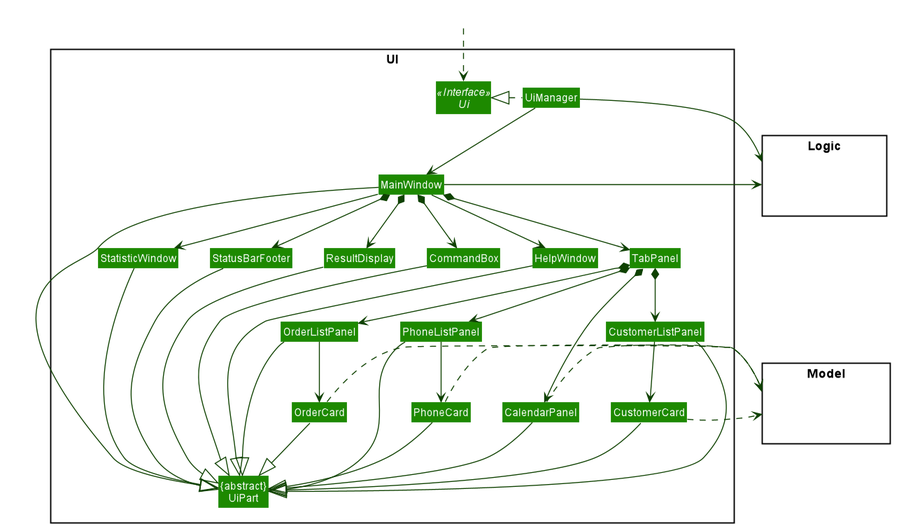
Earlier version of the PlantUML export docs/images/UiClassDiagram.png (nus-cs2103-AY1920S1/addressbook-level3).
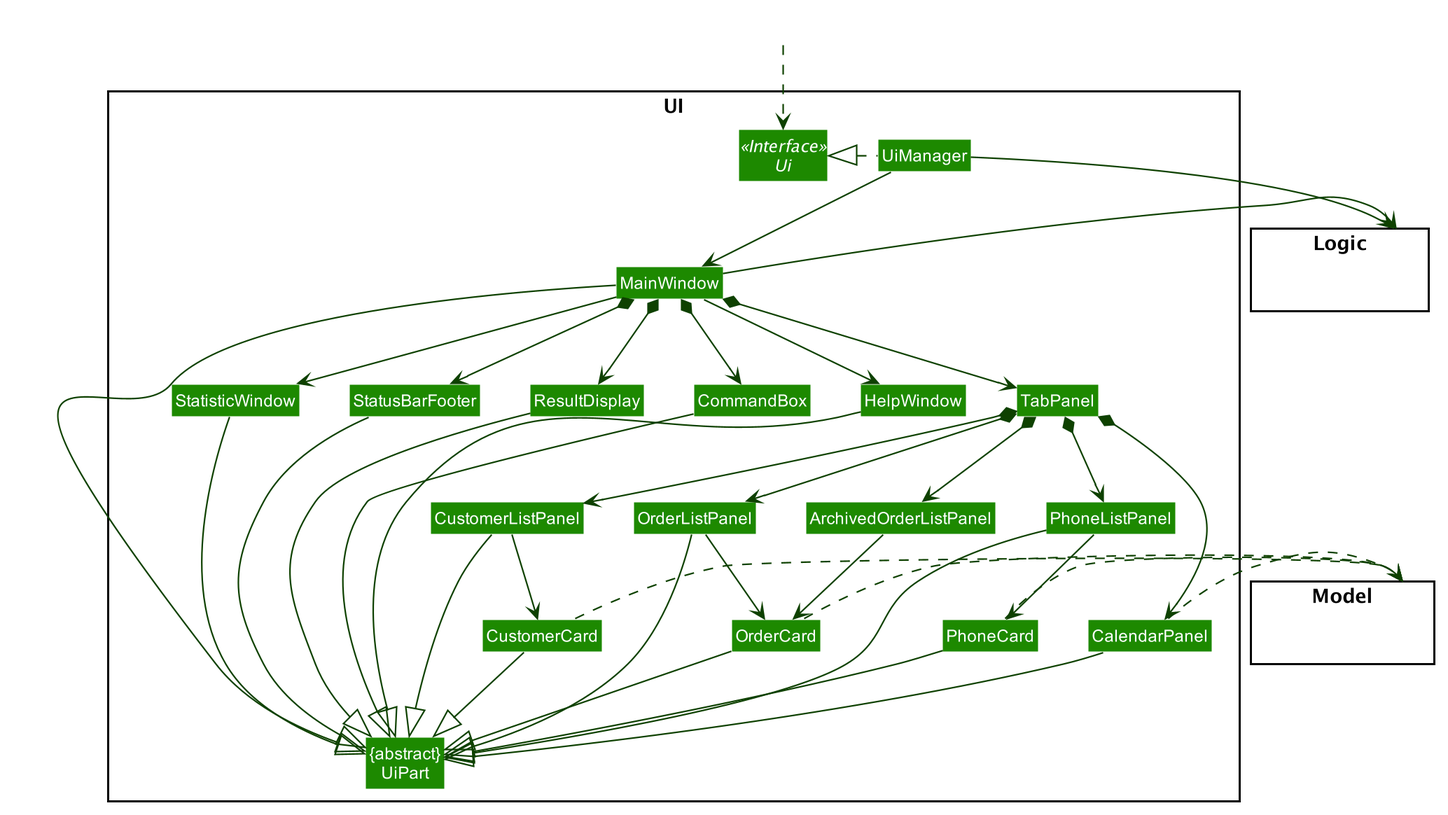
The same file after the commit.

Diff of the diagram source:
```diff
@@ -62,8 +62,10 @@
 Class CustomerListPanel
 Class OrderCard
 Class OrderListPanel
+Class ArchivedOrderListPanel
 Class PhoneCard
 Class PhoneListPanel
+
 Class CalendarPanel
 Class StatusBarFooter
 Class CommandBox
@@ -91,13 +93,16 @@
 MainWindow *-down-> TabPanel
 MainWindow *-down-> StatusBarFooter
 
+
 TabPanel *-down-> CustomerListPanel
 TabPanel *-down-> PhoneListPanel
+TabPanel *-down-> ArchivedOrderListPanel
 TabPanel *-down-> OrderListPanel
 TabPanel *-down-> CalendarPanel
 
 CustomerListPanel -down-> CustomerCard
 PhoneListPanel -down-> PhoneCard
+ArchivedOrderListPanel -down->OrderCard
 OrderListPanel -down-> OrderCard
 
 MainWindow -left-|> UiPart
```
